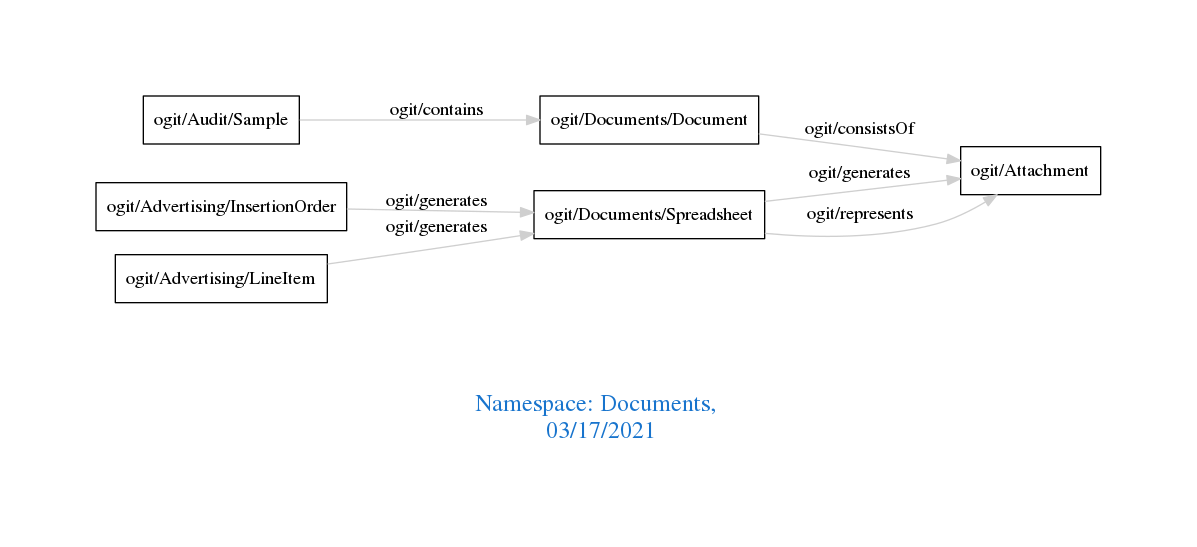
Earlier version of the Graphviz export downloads/Documents.png (arago/OGIT). Its source is kept beside it as downloads/Documents.dot.
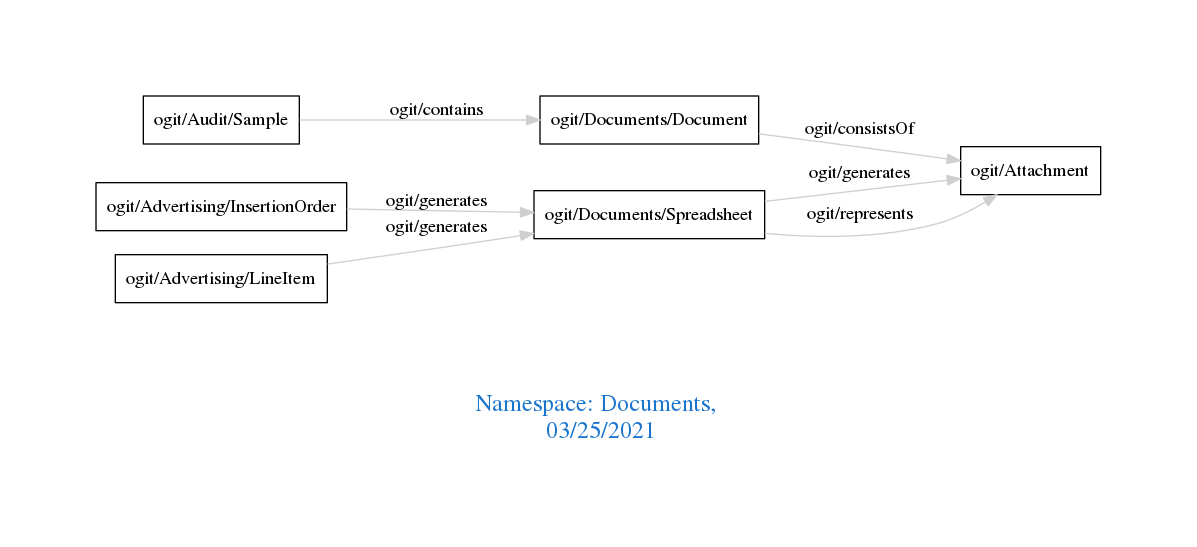
Above is the later version.

Change to the diagram source:
```diff
@@ -1,7 +1,7 @@
 digraph OGIT_ontology {
  graph [ rankdir= LR,pad=1
 fontsize = 18,
-fontcolor= dodgerblue3,label = "\n\n\nNamespace: Documents, \n 03/17/2021"];
+fontcolor= dodgerblue3,label = "\n\n\nNamespace: Documents, \n 03/25/2021"];
 node[shape=polygon];
 edge [  color="gray81"];
 
```
